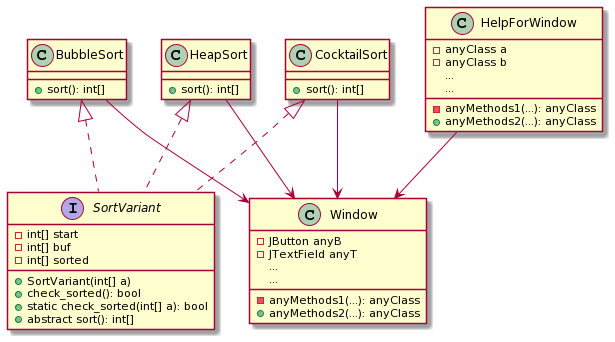
Above: diagrams/uml.png in dmnistratov/SummerPractice-moevm (PlantUML), before the change.
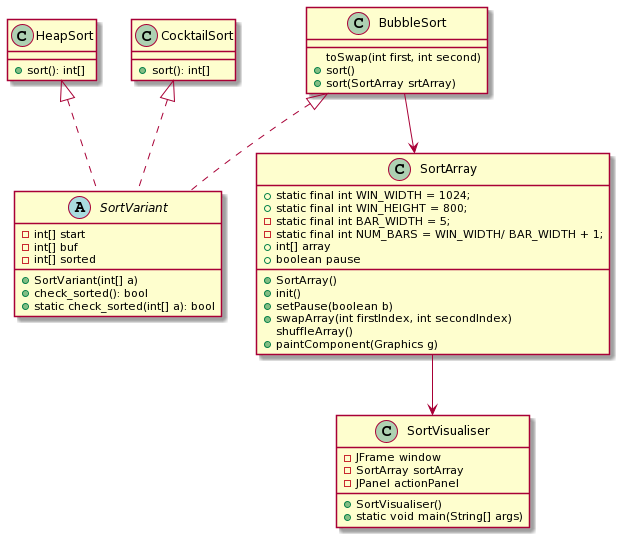
After the change.

Change to the diagram source:
```diff
@@ -1,5 +1,5 @@
 @startuml
-interface SortVariant{
+abstract class SortVariant{
 -int[] start
 -int[] buf
 -int[] sorted
@@ -7,16 +7,15 @@
 +SortVariant(int[] a)
 +check_sorted(): bool
 +static check_sorted(int[] a): bool
-+abstract sort(): int[]
 }
 
 class BubbleSort{
-
-+sort(): int[]
+toSwap(int first, int second)
++sort()
++sort(SortArray srtArray)
 }
 
 class HeapSort{
-
 +sort(): int[]
 }
 
@@ -25,29 +24,32 @@
 +sort(): int[]
 }
 
-class Window{
--JButton anyB
--JTextField anyT
-...
--anyMethods1(...): anyClass
-+anyMethods2(...): anyClass
-...
+class SortArray{
++static final int WIN_WIDTH = 1024;
++static final int WIN_HEIGHT = 800;
+-static final int BAR_WIDTH = 5;
+-static final int NUM_BARS = WIN_WIDTH/ BAR_WIDTH + 1;
++int[] array
++boolean pause
++SortArray()
++init()
++setPause(boolean b)
++swapArray(int firstIndex, int secondIndex)
+shuffleArray()
++paintComponent(Graphics g)
 }
 
-class HelpForWindow{
--anyClass a
--anyClass b
-...
--anyMethods1(...): anyClass
-+anyMethods2(...): anyClass
-...
+class SortVisualiser{
+-JFrame window
+-SortArray sortArray
+-JPanel actionPanel
++SortVisualiser()
++static void main(String[] args)
 }
 
 BubbleSort<|..SortVariant
 HeapSort<|..SortVariant
 CocktailSort<|..SortVariant
-BubbleSort-->Window
-HeapSort-->Window
-CocktailSort-->Window
-HelpForWindow-->Window
+BubbleSort-->SortArray
+SortArray-->SortVisualiser
 @enduml
```
